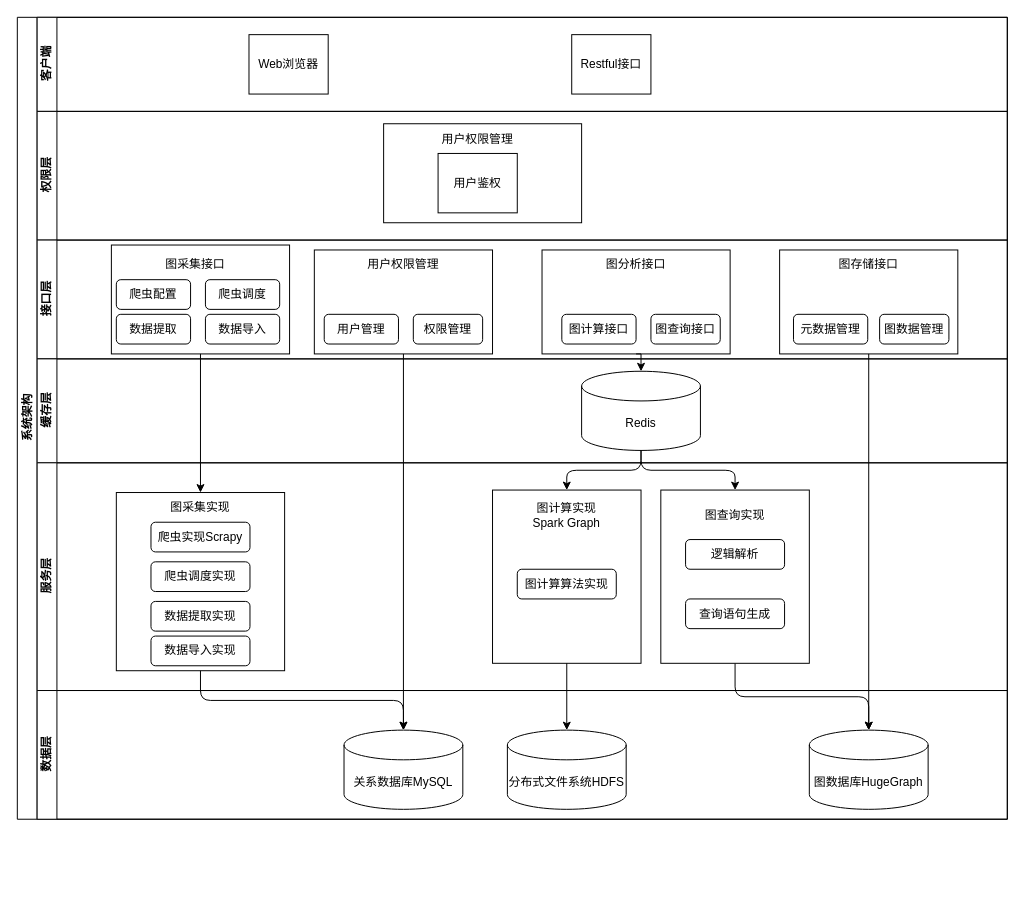
Before: 论文架构图.drawio in Missnaughty/drawio, a draw.io diagram. Source tidied: cells renumbered, new cells numbered last; positions are measured from the earlier drawing's top-left corner, leaving out a move shared by most shapes. Both pictures are drawn from the tidied source at 99%, with x=0, y=0 at pixel (17, 17).
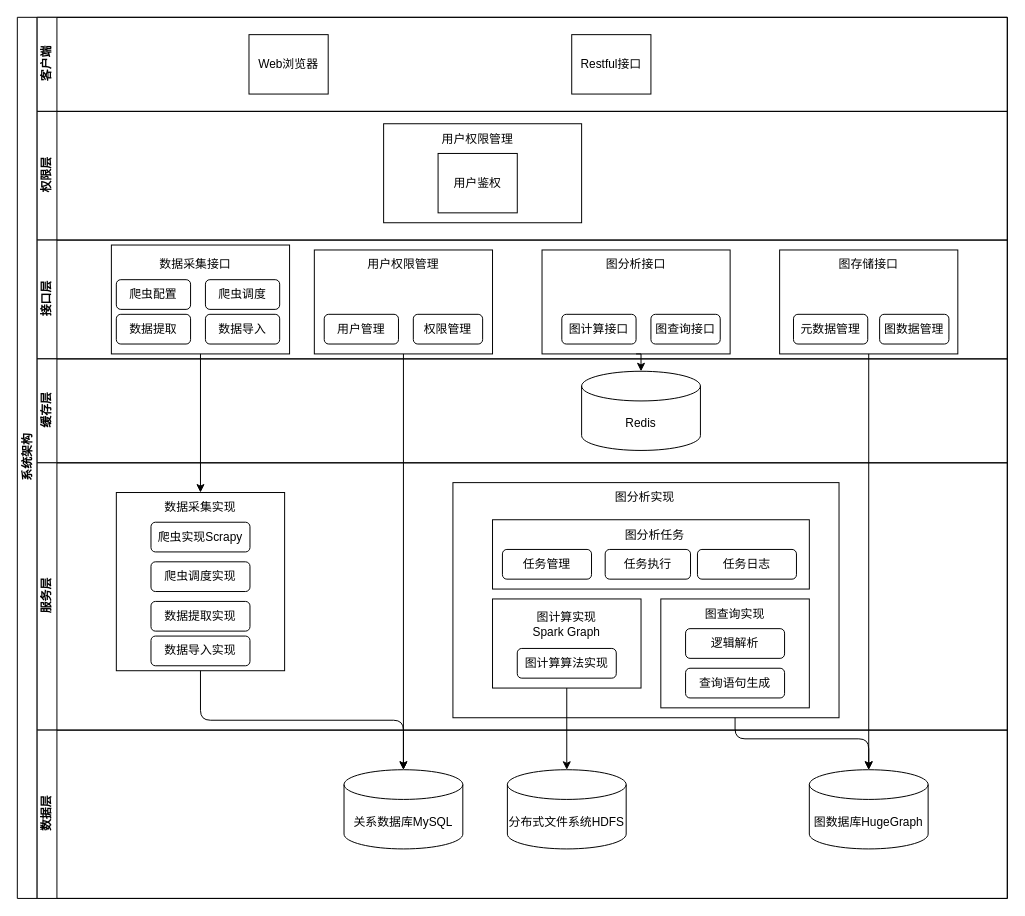
Above is the later version.

Commit message:
更新论文架构图.drawio

The change refers to these unchanged cells:
```xml
<mxCell id="10" value="接口层" style="swimlane;html=1;startSize=20;horizontal=0;" parent="2" vertex="1">
  <mxGeometry x="20" y="225" width="980" height="120" as="geometry" />
</mxCell>
<mxCell id="30" value="Redis" style="shape=cylinder3;whiteSpace=wrap;html=1;boundedLbl=1;backgroundOutline=1;size=15;" parent="29" vertex="1">
  <mxGeometry x="550" y="12.5" width="120" height="80" as="geometry" />
</mxCell>
```

The edit, as a diff of the source:
```diff
@@
     <mxCell id="2" value="系统架构" style="swimlane;html=1;horizontal=0;startSize=20;" parent="1" vertex="1">
-      <mxGeometry width="1000" height="810" as="geometry" />
+      <mxGeometry width="1000" height="890" as="geometry" />
     </mxCell>
@@
-    <mxCell id="20" value="图采集接口" style="text;html=1;strokeColor=none;fillColor=none;align=center;verticalAlign=middle;whiteSpace=wrap;rounded=0;" parent="10" vertex="1">
+    <mxCell id="20" value="数据采集接口" style="text;html=1;strokeColor=none;fillColor=none;align=center;verticalAlign=middle;whiteSpace=wrap;rounded=0;" parent="10" vertex="1">
       <mxGeometry x="120" y="10" width="80" height="30" as="geometry" />
     </mxCell>
@@
     <mxCell id="32" value="服务层" style="swimlane;html=1;startSize=20;horizontal=0;" parent="2" vertex="1">
-      <mxGeometry x="20" y="450" width="980" height="230" as="geometry" />
+      <mxGeometry x="20" y="450" width="980" height="270" as="geometry" />
     </mxCell>
+    <mxCell id="58" style="rounded=0;whiteSpace=wrap;html=1;" parent="32" vertex="1">
+      <mxGeometry x="420" y="20" width="390" height="237.5" as="geometry" />
+    </mxCell>
@@
-    <mxCell id="34" value="图采集实现&lt;br&gt;" style="text;html=1;strokeColor=none;fillColor=none;align=center;verticalAlign=middle;whiteSpace=wrap;rounded=0;" parent="32" vertex="1">
+    <mxCell id="34" value="数据采集实现" style="text;html=1;strokeColor=none;fillColor=none;align=center;verticalAlign=middle;whiteSpace=wrap;rounded=0;" parent="32" vertex="1">
       <mxGeometry x="125" y="30" width="80" height="30" as="geometry" />
     </mxCell>
     <mxCell id="35" style="rounded=0;whiteSpace=wrap;html=1;fontFamily=Helvetica;fontSize=12;fontColor=#000000;align=center;" parent="32" vertex="1">
-      <mxGeometry x="460" y="27.5" width="150" height="175" as="geometry" />
+      <mxGeometry x="460" y="137.5" width="150" height="90" as="geometry" />
     </mxCell>
     <mxCell id="36" value="图计算算法实现" style="rounded=1;whiteSpace=wrap;html=1;" parent="32" vertex="1">
-      <mxGeometry x="485" y="107.5" width="100" height="30" as="geometry" />
+      <mxGeometry x="485" y="187.5" width="100" height="30" as="geometry" />
     </mxCell>
     <mxCell id="37" value="图计算实现Spark Graph" style="text;html=1;strokeColor=none;fillColor=none;align=center;verticalAlign=middle;whiteSpace=wrap;rounded=0;" parent="32" vertex="1">
-      <mxGeometry x="495" y="37.5" width="80" height="30" as="geometry" />
+      <mxGeometry x="495" y="147.5" width="80" height="30" as="geometry" />
     </mxCell>
     <mxCell id="38" style="rounded=0;whiteSpace=wrap;html=1;fontFamily=Helvetica;fontSize=12;fontColor=#000000;align=center;" parent="32" vertex="1">
-      <mxGeometry x="630" y="27.5" width="150" height="175" as="geometry" />
+      <mxGeometry x="630" y="137.5" width="150" height="110" as="geometry" />
     </mxCell>
     <mxCell id="39" value="图查询实现" style="text;html=1;strokeColor=none;fillColor=none;align=center;verticalAlign=middle;whiteSpace=wrap;rounded=0;" parent="32" vertex="1">
-      <mxGeometry x="665" y="37.5" width="80" height="30" as="geometry" />
+      <mxGeometry x="665" y="137.5" width="80" height="30" as="geometry" />
     </mxCell>
     <mxCell id="40" value="逻辑解析" style="rounded=1;whiteSpace=wrap;html=1;" parent="32" vertex="1">
-      <mxGeometry x="655" y="77.5" width="100" height="30" as="geometry" />
+      <mxGeometry x="655" y="167.5" width="100" height="30" as="geometry" />
     </mxCell>
     <mxCell id="41" value="查询语句生成" style="rounded=1;whiteSpace=wrap;html=1;" parent="32" vertex="1">
-      <mxGeometry x="655" y="137.5" width="100" height="30" as="geometry" />
+      <mxGeometry x="655" y="207.5" width="100" height="30" as="geometry" />
     </mxCell>
@@
+    <mxCell id="59" style="rounded=0;whiteSpace=wrap;html=1;fontFamily=Helvetica;fontSize=12;fontColor=#000000;align=center;" parent="32" vertex="1">
+      <mxGeometry x="460" y="57.5" width="320" height="70" as="geometry" />
+    </mxCell>
+    <mxCell id="60" value="图分析任务" style="text;html=1;strokeColor=none;fillColor=none;align=center;verticalAlign=middle;whiteSpace=wrap;rounded=0;" parent="32" vertex="1">
+      <mxGeometry x="585" y="57.5" width="77.5" height="30" as="geometry" />
+    </mxCell>
+    <mxCell id="61" value="任务管理" style="rounded=1;whiteSpace=wrap;html=1;" parent="32" vertex="1">
+      <mxGeometry x="470" y="87.5" width="90" height="30" as="geometry" />
+    </mxCell>
+    <mxCell id="62" value="任务执行" style="rounded=1;whiteSpace=wrap;html=1;" parent="32" vertex="1">
+      <mxGeometry x="573.8" y="87.5" width="86.2" height="30" as="geometry" />
+    </mxCell>
+    <mxCell id="63" value="任务日志" style="rounded=1;whiteSpace=wrap;html=1;" parent="32" vertex="1">
+      <mxGeometry x="667" y="87.5" width="100" height="30" as="geometry" />
+    </mxCell>
+    <mxCell id="64" value="图分析实现" style="text;html=1;strokeColor=none;fillColor=none;align=center;verticalAlign=middle;whiteSpace=wrap;rounded=0;" parent="32" vertex="1">
+      <mxGeometry x="573.8" y="20" width="80" height="30" as="geometry" />
+    </mxCell>
     <mxCell id="46" value="数据层" style="swimlane;html=1;startSize=20;horizontal=0;" parent="2" vertex="1">
-      <mxGeometry x="20" y="680" width="980" height="130" as="geometry" />
+      <mxGeometry x="20" y="720" width="980" height="170" as="geometry" />
     </mxCell>
@@
-    <mxCell id="54" style="edgeStyle=orthogonalEdgeStyle;rounded=1;jettySize=auto;html=1;exitX=0.5;exitY=1;exitDx=0;exitDy=0;exitPerimeter=0;entryX=0.5;entryY=0;entryDx=0;entryDy=0;curved=0;" parent="2" edge="1" source="30" target="38">
-      <mxGeometry relative="1" as="geometry" />
-    </mxCell>
-    <mxCell id="55" style="edgeStyle=orthogonalEdgeStyle;rounded=1;jettySize=auto;html=1;exitX=0.5;exitY=1;exitDx=0;exitDy=0;exitPerimeter=0;entryX=0.5;entryY=0;entryDx=0;entryDy=0;curved=0;" parent="2" edge="1" source="30" target="35">
-      <mxGeometry relative="1" as="geometry" />
-    </mxCell>
```
